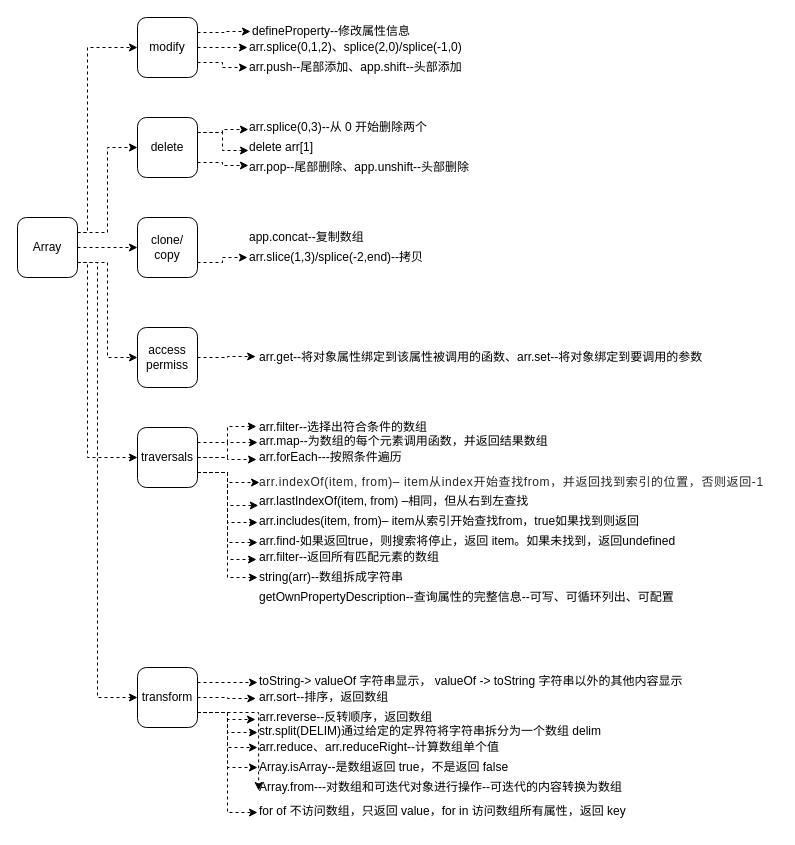
Above: page "Array" (1 of 4) of background-flutter/JS难点/Func/Arr/Obj.drawio in hexipei/draw.io (draw.io), before the change. Source tidied: cells renumbered, new cells numbered last; positions are measured from the earlier drawing's top-left corner, leaving out a move shared by most shapes. Both pictures are drawn from the tidied source at 100%, with x=0, y=0 at pixel (17, 17).
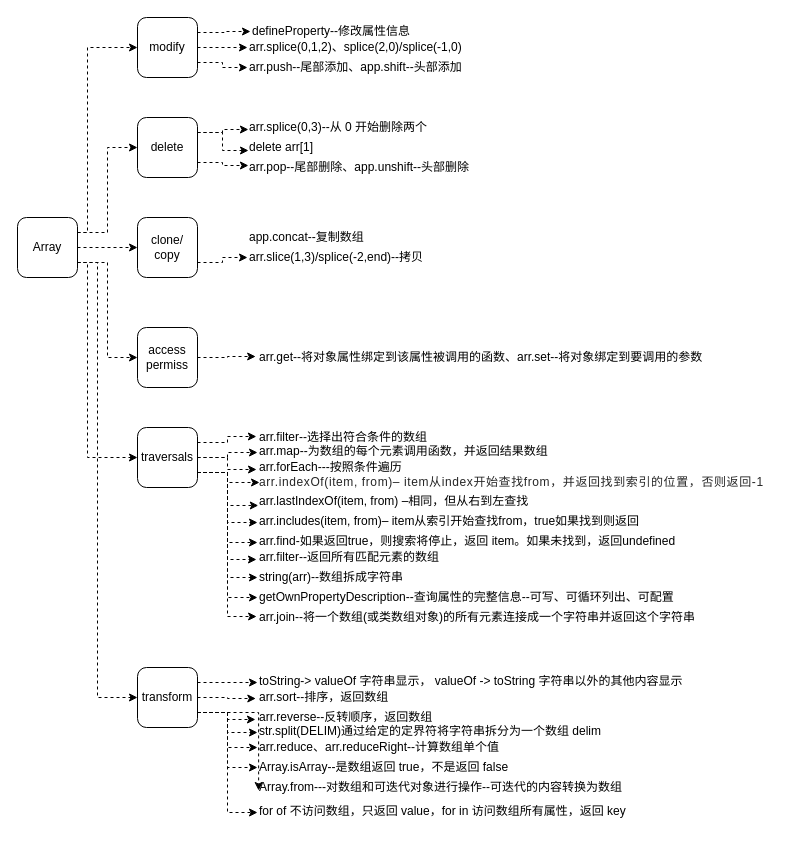
The same page after the edit.

Unchanged cells that the change refers to:
```xml
<mxCell id="34" value="traversals" style="rounded=1;whiteSpace=wrap;html=1;" parent="1" vertex="1">
  <mxGeometry x="120" y="410" width="60" height="60" as="geometry" />
</mxCell>
<mxCell id="65" value="getOwnPropertyDescription--查询属性的完整信息--可写、可循环列出、可配置" style="text;html=1;points=[];align=left;verticalAlign=top;spacingTop=-4;" parent="1" vertex="1">
  <mxGeometry x="240" y="570" width="430" height="20" as="geometry" />
</mxCell>
```

Diff of the diagram source:
```diff
@@
+    <mxCell id="67" style="edgeStyle=orthogonalEdgeStyle;rounded=0;jettySize=auto;html=1;exitX=1;exitY=0.75;exitDx=0;exitDy=0;entryX=0;entryY=0.5;entryDx=0;entryDy=0;entryPerimeter=0;dashed=1;" parent="1" edge="1" source="34" target="65">
+      <mxGeometry relative="1" as="geometry" />
+    </mxCell>
+    <mxCell id="68" style="edgeStyle=orthogonalEdgeStyle;rounded=0;jettySize=auto;html=1;exitX=1;exitY=0.75;exitDx=0;exitDy=0;entryX=-0.002;entryY=0.45;entryDx=0;entryDy=0;entryPerimeter=0;dashed=1;" parent="1" edge="1" source="34" target="69">
+      <mxGeometry relative="1" as="geometry" />
+    </mxCell>
@@
     <mxCell id="35" value="arr.forEach---按照条件遍历" style="text;html=1;points=[];align=left;verticalAlign=top;spacingTop=-4;" parent="1" vertex="1">
-      <mxGeometry x="240" y="430" width="160" height="20" as="geometry" />
+      <mxGeometry x="240" y="440" width="160" height="20" as="geometry" />
     </mxCell>
@@
     <mxCell id="50" value="arr.map--为数组的每个元素调用函数，并返回结果数组" style="text;html=1;" parent="1" vertex="1">
-      <mxGeometry x="240" y="410" width="270" height="30" as="geometry" />
+      <mxGeometry x="240" y="420" width="270" height="30" as="geometry" />
     </mxCell>
@@
     <mxCell id="62" value="arr.filter--选择出符合条件的数组" style="text;html=1;points=[];align=left;verticalAlign=top;spacingTop=-4;" parent="1" vertex="1">
-      <mxGeometry x="240" y="400" width="180" height="20" as="geometry" />
+      <mxGeometry x="240" y="410" width="180" height="20" as="geometry" />
     </mxCell>
@@
+    <mxCell id="69" value="arr.join--将一个数组(或类数组对象)的所有元素连接成一个字符串并返回这个字符串" style="text;html=1;points=[];align=left;verticalAlign=top;spacingTop=-4;" parent="1" vertex="1">
+      <mxGeometry x="240" y="590" width="450" height="20" as="geometry" />
+    </mxCell>
```
